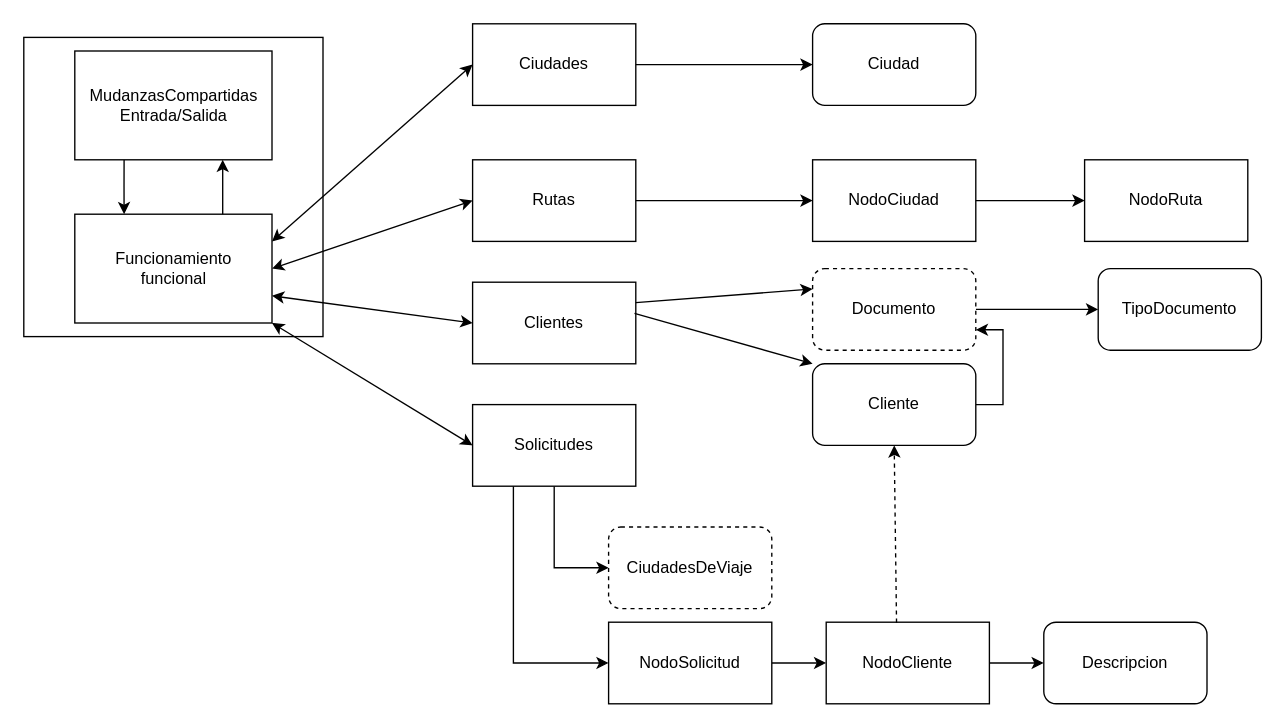
The draw.io diagram page "Sistema" (1 of 2) of mudanzasCompartidas.drawio in DanyCarrasco/TPFinal-EstructuraDeDatos2023, before the edit. Source tidied: cells renumbered, new cells numbered last; positions are measured from the earlier drawing's top-left corner, leaving out a move shared by most shapes. Both pictures are drawn from the tidied source at 136%, with x=0, y=0 at pixel (23, 23).
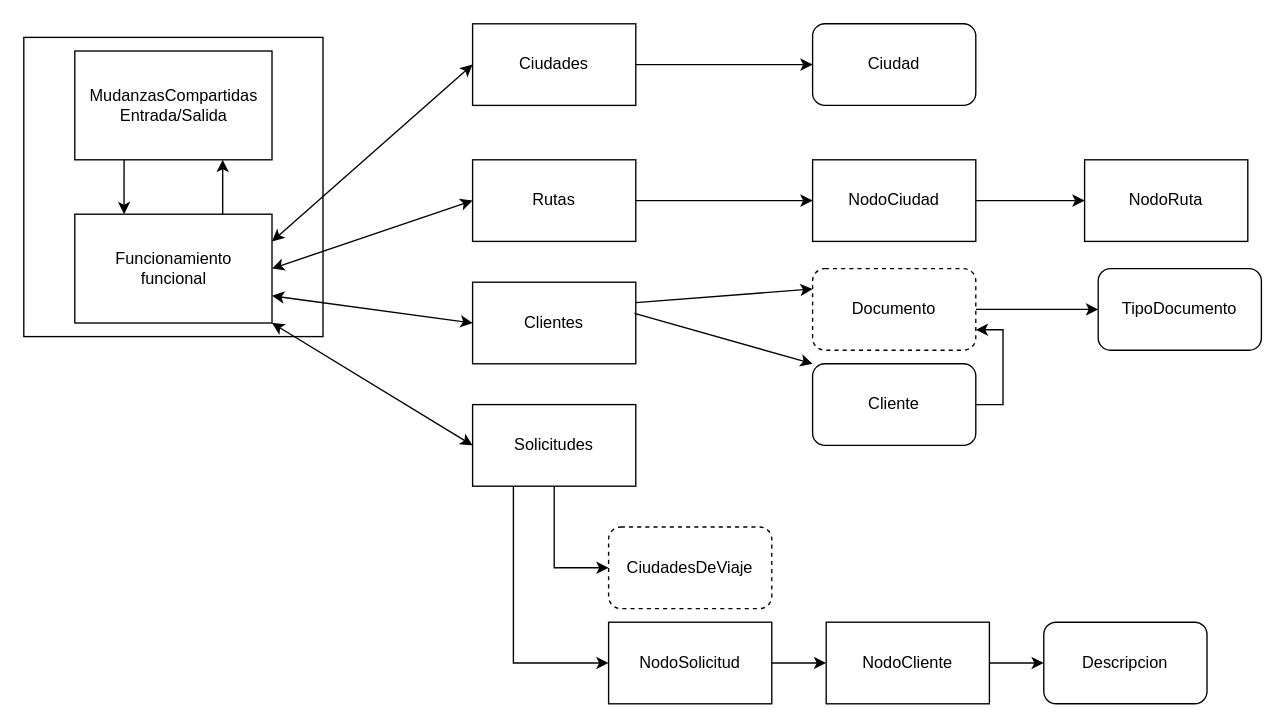
Above is the later version.

The change refers to these unchanged cells:
```xml
<mxCell id="27" value="Cliente" style="rounded=1;whiteSpace=wrap;html=1;" parent="1" vertex="1">
  <mxGeometry x="580" y="250" width="120" height="60" as="geometry" />
</mxCell>
<mxCell id="34" value="NodoCliente" style="rounded=0;whiteSpace=wrap;html=1;" parent="1" vertex="1">
  <mxGeometry x="590" y="440" width="120" height="60" as="geometry" />
</mxCell>
```

The edit, as a diff of the source:
```diff
@@
-    <mxCell id="36" style="endArrow=classic;html=1;rounded=0;dashed=1;entryX=0.5;entryY=1;entryDx=0;entryDy=0;exitX=0.431;exitY=0.006;exitDx=0;exitDy=0;exitPerimeter=0;" parent="1" edge="1" source="34" target="27">
-      <mxGeometry relative="1" as="geometry" />
-    </mxCell>
```
